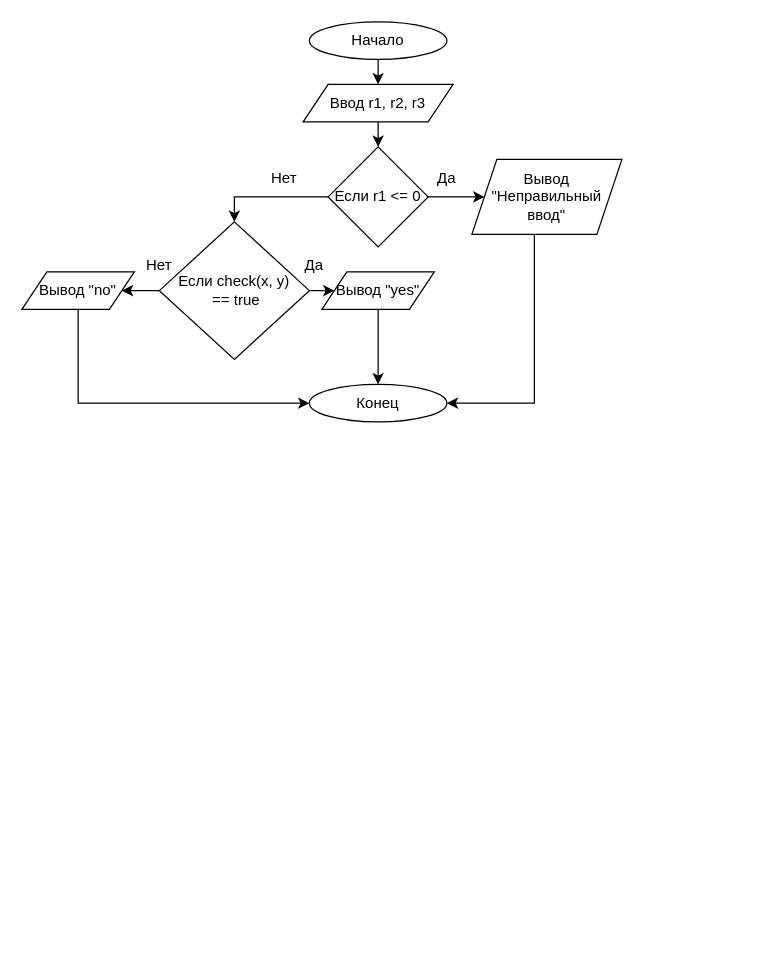
This is Algo_dann_2_curs/Диаграмма без названия.drawio from Idontlikeni/Uni_docs, a draw.io file, before an edit. Source tidied: cells renumbered, new cells numbered last; positions are measured from the earlier drawing's top-left corner, leaving out a move shared by most shapes. Both pictures are drawn from the tidied source at 125%, with x=0, y=0 at pixel (21, 21).
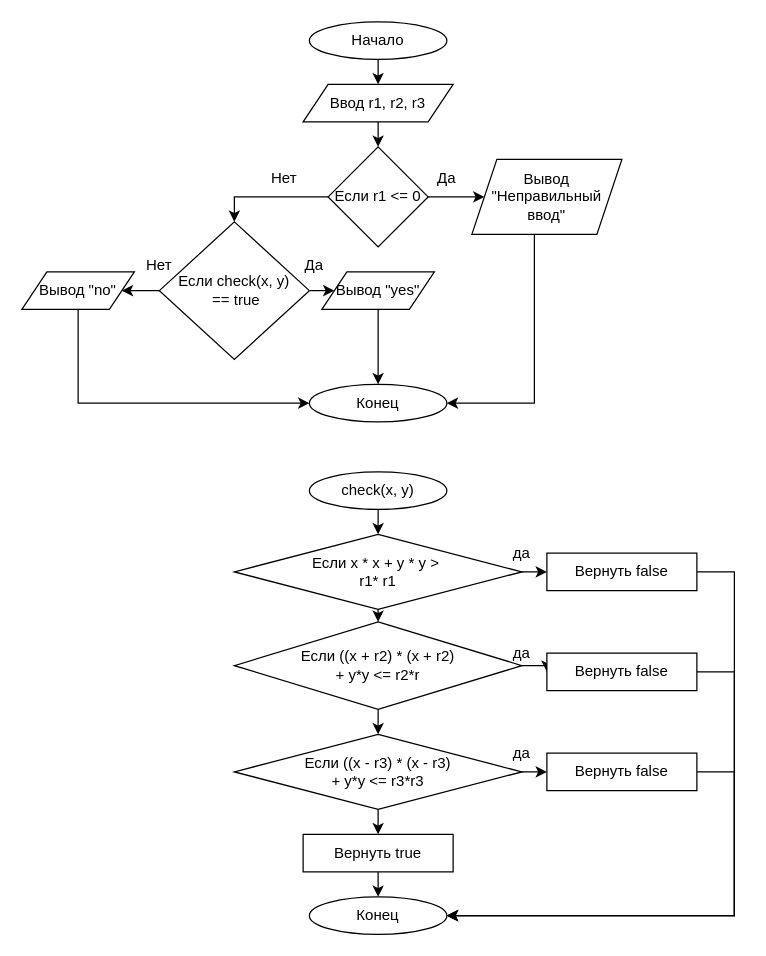
The same diagram, later.

Commit message:
check_func

The edit, as a diff of the source:
```diff
@@
+    <mxCell id="23" style="edgeStyle=orthogonalEdgeStyle;rounded=0;jettySize=auto;html=1;exitX=0.5;exitY=1;exitDx=0;exitDy=0;entryX=0.5;entryY=0;entryDx=0;entryDy=0;" parent="1" edge="1" source="24" target="28">
+      <mxGeometry relative="1" as="geometry" />
+    </mxCell>
+    <mxCell id="24" value="check(x, y)" style="ellipse;whiteSpace=wrap;html=1;" parent="1" vertex="1">
+      <mxGeometry x="230" y="360" width="110" height="30" as="geometry" />
+    </mxCell>
+    <mxCell id="25" value="Конец" style="ellipse;whiteSpace=wrap;html=1;" parent="1" vertex="1">
+      <mxGeometry x="230" y="700" width="110" height="30" as="geometry" />
+    </mxCell>
+    <mxCell id="26" style="edgeStyle=orthogonalEdgeStyle;rounded=0;jettySize=auto;html=1;exitX=1;exitY=0.5;exitDx=0;exitDy=0;entryX=0;entryY=0.5;entryDx=0;entryDy=0;" parent="1" edge="1" source="28" target="30">
+      <mxGeometry relative="1" as="geometry" />
+    </mxCell>
+    <mxCell id="27" style="edgeStyle=orthogonalEdgeStyle;rounded=0;jettySize=auto;html=1;exitX=0.5;exitY=1;exitDx=0;exitDy=0;entryX=0.5;entryY=0;entryDx=0;entryDy=0;" parent="1" edge="1" source="28" target="34">
+      <mxGeometry relative="1" as="geometry" />
+    </mxCell>
+    <mxCell id="28" value="&lt;font style=&quot;font-size: 12px;&quot;&gt;Если&amp;nbsp;&lt;span style=&quot;&quot; lang=&quot;EN-US&quot;&gt;x * x + y * y &amp;gt;&amp;nbsp;&lt;/span&gt;&lt;/font&gt;&lt;div&gt;&lt;span style=&quot;&quot; lang=&quot;EN-US&quot;&gt;&lt;font style=&quot;font-size: 12px;&quot;&gt;r1* r1&lt;/font&gt;&lt;/span&gt;&lt;/div&gt;" style="rhombus;whiteSpace=wrap;html=1;" parent="1" vertex="1">
+      <mxGeometry x="170" y="410" width="230" height="60" as="geometry" />
+    </mxCell>
+    <mxCell id="29" style="edgeStyle=orthogonalEdgeStyle;rounded=0;jettySize=auto;html=1;entryX=1;entryY=0.5;entryDx=0;entryDy=0;" parent="1" edge="1" source="30" target="25">
+      <mxGeometry relative="1" as="geometry">
+        <Array as="points">
+          <mxPoint x="570" y="440" />
+          <mxPoint x="570" y="715" />
+        </Array>
+      </mxGeometry>
+    </mxCell>
+    <mxCell id="30" value="Вернуть false" style="rounded=0;whiteSpace=wrap;html=1;" parent="1" vertex="1">
+      <mxGeometry x="420" y="425" width="120" height="30" as="geometry" />
+    </mxCell>
+    <mxCell id="31" value="да" style="text;html=1;align=center;verticalAlign=middle;whiteSpace=wrap;rounded=0;" parent="1" vertex="1">
+      <mxGeometry x="370" y="410" width="60" height="30" as="geometry" />
+    </mxCell>
+    <mxCell id="32" style="edgeStyle=orthogonalEdgeStyle;rounded=0;jettySize=auto;html=1;exitX=1;exitY=0.5;exitDx=0;exitDy=0;entryX=0;entryY=0.5;entryDx=0;entryDy=0;" parent="1" edge="1" source="34" target="41">
+      <mxGeometry relative="1" as="geometry" />
+    </mxCell>
+    <mxCell id="33" style="edgeStyle=orthogonalEdgeStyle;rounded=0;jettySize=auto;html=1;exitX=0.5;exitY=1;exitDx=0;exitDy=0;entryX=0.5;entryY=0;entryDx=0;entryDy=0;" parent="1" edge="1" source="34" target="37">
+      <mxGeometry relative="1" as="geometry" />
+    </mxCell>
+    <mxCell id="34" value="Если&amp;nbsp;&lt;span style=&quot;&quot; lang=&quot;EN-US&quot;&gt;((x + r2) * (x + r2)&lt;br&gt;+ y*y &amp;lt;= r2*r&lt;/span&gt;" style="rhombus;whiteSpace=wrap;html=1;" parent="1" vertex="1">
+      <mxGeometry x="170" y="480" width="230" height="70" as="geometry" />
+    </mxCell>
+    <mxCell id="35" style="edgeStyle=orthogonalEdgeStyle;rounded=0;jettySize=auto;html=1;exitX=0.5;exitY=1;exitDx=0;exitDy=0;entryX=0.5;entryY=0;entryDx=0;entryDy=0;" parent="1" edge="1" source="37" target="39">
+      <mxGeometry relative="1" as="geometry" />
+    </mxCell>
+    <mxCell id="36" style="edgeStyle=orthogonalEdgeStyle;rounded=0;jettySize=auto;html=1;exitX=1;exitY=0.5;exitDx=0;exitDy=0;entryX=0;entryY=0.5;entryDx=0;entryDy=0;" parent="1" edge="1" source="37" target="43">
+      <mxGeometry relative="1" as="geometry" />
+    </mxCell>
+    <mxCell id="37" value="&lt;span style=&quot;&quot; lang=&quot;EN-US&quot;&gt;Если ((x - r3) * (x - r3)&lt;br&gt;+ y*y &amp;lt;= r3*r3&lt;/span&gt;" style="rhombus;whiteSpace=wrap;html=1;" parent="1" vertex="1">
+      <mxGeometry x="170" y="570" width="230" height="60" as="geometry" />
+    </mxCell>
+    <mxCell id="38" style="edgeStyle=orthogonalEdgeStyle;rounded=0;jettySize=auto;html=1;exitX=0.5;exitY=1;exitDx=0;exitDy=0;entryX=0.5;entryY=0;entryDx=0;entryDy=0;" parent="1" edge="1" source="39" target="25">
+      <mxGeometry relative="1" as="geometry" />
+    </mxCell>
+    <mxCell id="39" value="Вернуть true" style="rounded=0;whiteSpace=wrap;html=1;" parent="1" vertex="1">
+      <mxGeometry x="225" y="650" width="120" height="30" as="geometry" />
+    </mxCell>
+    <mxCell id="40" style="edgeStyle=orthogonalEdgeStyle;rounded=0;jettySize=auto;html=1;exitX=1;exitY=0.5;exitDx=0;exitDy=0;entryX=1;entryY=0.5;entryDx=0;entryDy=0;" parent="1" edge="1" source="41" target="25">
+      <mxGeometry relative="1" as="geometry">
+        <Array as="points">
+          <mxPoint x="570" y="520" />
+          <mxPoint x="570" y="715" />
+        </Array>
+      </mxGeometry>
+    </mxCell>
+    <mxCell id="41" value="Вернуть false" style="rounded=0;whiteSpace=wrap;html=1;" parent="1" vertex="1">
+      <mxGeometry x="420" y="505" width="120" height="30" as="geometry" />
+    </mxCell>
+    <mxCell id="42" style="edgeStyle=orthogonalEdgeStyle;rounded=0;jettySize=auto;html=1;entryX=1;entryY=0.5;entryDx=0;entryDy=0;" parent="1" edge="1" source="43" target="25">
+      <mxGeometry relative="1" as="geometry">
+        <Array as="points">
+          <mxPoint x="570" y="600" />
+          <mxPoint x="570" y="715" />
+        </Array>
+      </mxGeometry>
+    </mxCell>
+    <mxCell id="43" value="Вернуть false" style="rounded=0;whiteSpace=wrap;html=1;" parent="1" vertex="1">
+      <mxGeometry x="420" y="585" width="120" height="30" as="geometry" />
+    </mxCell>
+    <mxCell id="44" value="да" style="text;html=1;align=center;verticalAlign=middle;whiteSpace=wrap;rounded=0;" parent="1" vertex="1">
+      <mxGeometry x="370" y="490" width="60" height="30" as="geometry" />
+    </mxCell>
+    <mxCell id="45" value="да" style="text;html=1;align=center;verticalAlign=middle;whiteSpace=wrap;rounded=0;" parent="1" vertex="1">
+      <mxGeometry x="370" y="570" width="60" height="30" as="geometry" />
+    </mxCell>
```
